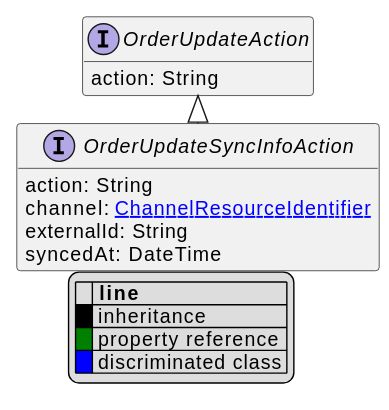
Above: uml/api/svg/OrderUpdateSyncInfoAction.svg in commercetools/commercetools-api-reference (PlantUML), before the change.
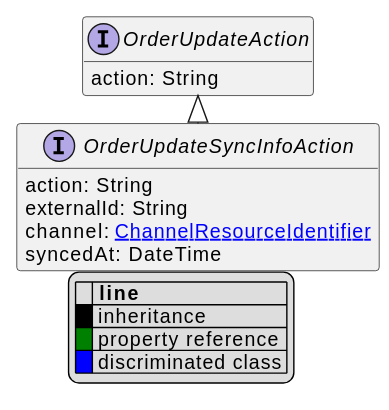
After the commit.

Diff of the diagram source:
```diff
@@ -10,8 +10,8 @@
 endlegend
 interface OrderUpdateSyncInfoAction [[OrderUpdateSyncInfoAction.svg]] extends OrderUpdateAction {
     action: String
+    externalId: String
     channel: [[ChannelResourceIdentifier.svg ChannelResourceIdentifier]]
-    externalId: String
     syncedAt: DateTime
 }
 interface OrderUpdateAction [[OrderUpdateAction.svg]]  {
```
